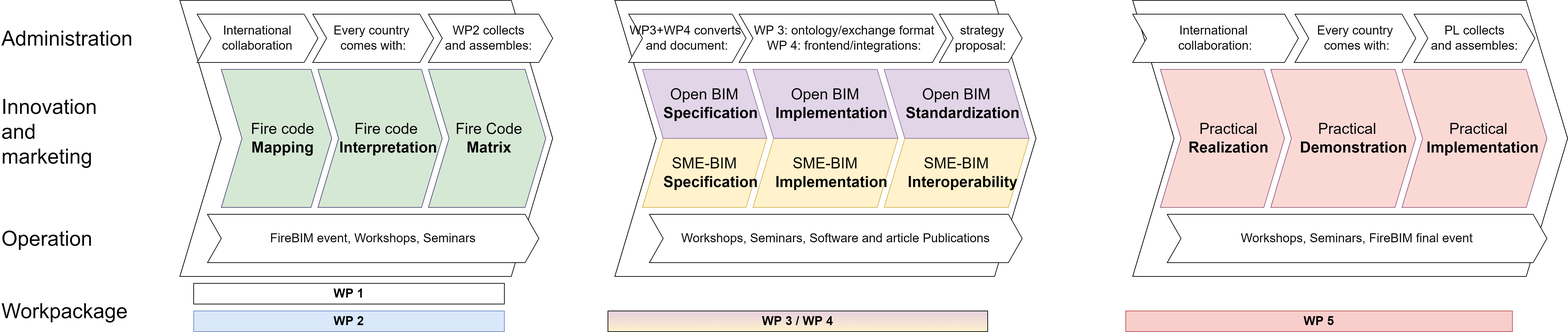
Kristoffernegendahl/fireBIM keeps this draw.io diagram as diagram/FireBIM_divided.drawio.png. Above is the earlier version. Source tidied: cells renumbered, new cells last; positions are measured from the earlier drawing's top-left corner, leaving out a move shared by most shapes.
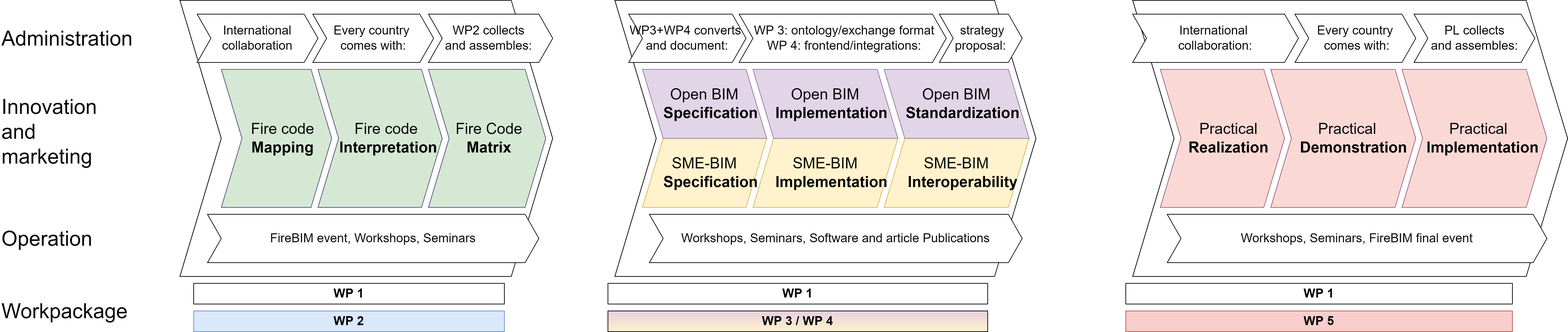
The same diagram one commit later.

What changed in the source:
```diff
@@ -107,5 +107,11 @@
     <mxCell id="36" value="&lt;font style=&quot;font-size: 30px&quot;&gt;Workpackage&lt;/font&gt;" style="text;html=1;strokeColor=none;fillColor=none;align=left;verticalAlign=middle;whiteSpace=wrap;rounded=0;" parent="1" vertex="1">
       <mxGeometry y="440" width="40" height="20" as="geometry" />
     </mxCell>
+    <mxCell id="37" value="&lt;font style=&quot;font-size: 18px&quot;&gt;&lt;b&gt;WP 1&lt;br&gt;&lt;/b&gt;&lt;/font&gt;" style="rounded=0;whiteSpace=wrap;html=1;fillColor=#FFFFFF;" parent="1" vertex="1">
+      <mxGeometry x="880" y="410" width="550" height="30" as="geometry" />
+    </mxCell>
+    <mxCell id="38" value="&lt;font style=&quot;font-size: 18px&quot;&gt;&lt;b&gt;WP 1&lt;br&gt;&lt;/b&gt;&lt;/font&gt;" style="rounded=0;whiteSpace=wrap;html=1;fillColor=#FFFFFF;" parent="1" vertex="1">
+      <mxGeometry x="1630" y="410" width="560" height="30" as="geometry" />
+    </mxCell>
   </root>
 </mxGraphModel>
```
